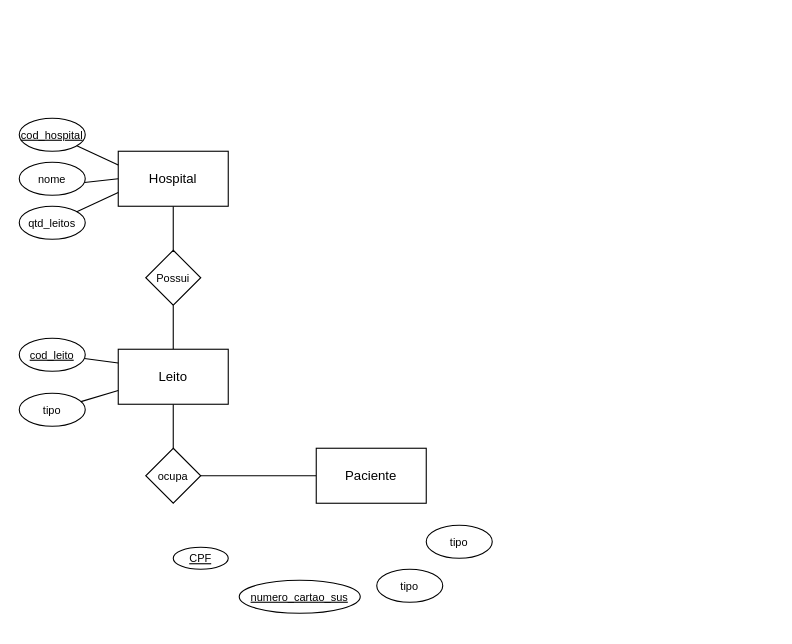
The draw.io diagram Untitled Diagram.drawio in renanreyc/projeto-banco-de-dados-relacional, before the edit. Source tidied: cells renumbered, new cells numbered last; positions are measured from the earlier drawing's top-left corner, leaving out a move shared by most shapes. Both pictures are drawn from the tidied source at 110%, with x=0, y=0 at pixel (19, 118).
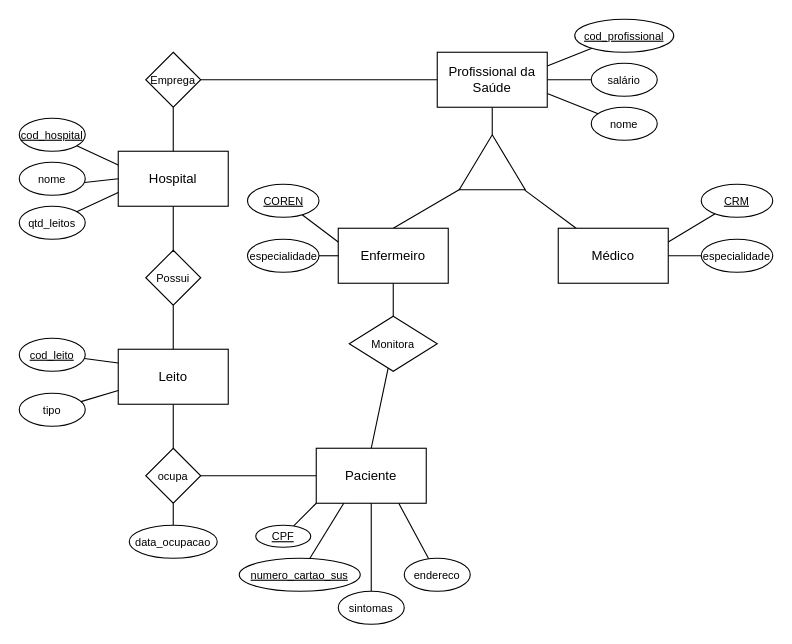
Above is the later version.

Unchanged cells that the change refers to:
```xml
<mxCell id="3" value="Hospital" style="rounded=0;whiteSpace=wrap;html=1;" parent="1" vertex="1">
  <mxGeometry x="90" y="30" width="100" height="50" as="geometry" />
</mxCell>
<mxCell id="19" value="ocupa" style="rhombus;whiteSpace=wrap;html=1;fontSize=10;" parent="1" vertex="1">
  <mxGeometry x="115" y="300" width="50" height="50" as="geometry" />
</mxCell>
<mxCell id="20" value="Paciente" style="rounded=0;whiteSpace=wrap;html=1;" parent="1" vertex="1">
  <mxGeometry x="270" y="300" width="100" height="50" as="geometry" />
</mxCell>
```

Change to the diagram source:
```diff
@@
+    <mxCell id="25" style="edgeStyle=none;rounded=0;jettySize=auto;html=1;entryX=0;entryY=1;entryDx=0;entryDy=0;fontSize=10;endArrow=none;endFill=0;" parent="1" edge="1" source="21" target="20">
+      <mxGeometry relative="1" as="geometry" />
+    </mxCell>
     <mxCell id="21" value="&lt;font style=&quot;font-size: 10px&quot;&gt;&lt;u&gt;CPF&lt;/u&gt;&lt;/font&gt;" style="ellipse;whiteSpace=wrap;html=1;" parent="1" vertex="1">
-      <mxGeometry x="140" y="390" width="50" height="20" as="geometry" />
+      <mxGeometry x="215" y="370" width="50" height="20" as="geometry" />
     </mxCell>
+    <mxCell id="26" style="edgeStyle=none;rounded=0;jettySize=auto;html=1;entryX=0.25;entryY=1;entryDx=0;entryDy=0;fontSize=10;endArrow=none;endFill=0;" parent="1" edge="1" source="22" target="20">
+      <mxGeometry relative="1" as="geometry" />
+    </mxCell>
     <mxCell id="22" value="&lt;span style=&quot;font-size: 10px&quot;&gt;&lt;u&gt;numero_cartao_sus&lt;/u&gt;&lt;/span&gt;" style="ellipse;whiteSpace=wrap;html=1;" parent="1" vertex="1">
-      <mxGeometry x="200" y="420" width="110" height="30" as="geometry" />
+      <mxGeometry x="200" y="400" width="110" height="30" as="geometry" />
     </mxCell>
+    <mxCell id="27" style="edgeStyle=none;rounded=0;jettySize=auto;html=1;entryX=0.5;entryY=1;entryDx=0;entryDy=0;fontSize=10;endArrow=none;endFill=0;" parent="1" edge="1" source="23" target="19">
+      <mxGeometry relative="1" as="geometry" />
+    </mxCell>
-    <mxCell id="23" value="&lt;font style=&quot;font-size: 10px&quot;&gt;tipo&lt;/font&gt;" style="ellipse;whiteSpace=wrap;html=1;" parent="1" vertex="1">
-      <mxGeometry x="325" y="410" width="60" height="30" as="geometry" />
+    <mxCell id="23" value="&lt;font style=&quot;font-size: 10px&quot;&gt;data_ocupacao&lt;/font&gt;" style="ellipse;whiteSpace=wrap;html=1;" parent="1" vertex="1">
+      <mxGeometry x="100" y="370" width="80" height="30" as="geometry" />
     </mxCell>
+    <mxCell id="28" style="edgeStyle=none;rounded=0;jettySize=auto;html=1;entryX=0.5;entryY=1;entryDx=0;entryDy=0;fontSize=10;endArrow=none;endFill=0;" parent="1" edge="1" source="24" target="20">
+      <mxGeometry relative="1" as="geometry" />
+    </mxCell>
-    <mxCell id="24" value="&lt;font style=&quot;font-size: 10px&quot;&gt;tipo&lt;/font&gt;" style="ellipse;whiteSpace=wrap;html=1;" parent="1" vertex="1">
-      <mxGeometry x="370" y="370" width="60" height="30" as="geometry" />
+    <mxCell id="24" value="&lt;font style=&quot;font-size: 10px&quot;&gt;sintomas&lt;/font&gt;" style="ellipse;whiteSpace=wrap;html=1;" parent="1" vertex="1">
+      <mxGeometry x="290" y="430" width="60" height="30" as="geometry" />
     </mxCell>
+    <mxCell id="29" style="endArrow=none;html=1;rounded=0;fontSize=10;exitX=0.5;exitY=0;exitDx=0;exitDy=0;entryX=0.5;entryY=1;entryDx=0;entryDy=0;" parent="1" edge="1" source="3" target="31">
+      <mxGeometry relative="1" as="geometry" />
+    </mxCell>
+    <mxCell id="30" style="edgeStyle=none;rounded=0;jettySize=auto;html=1;entryX=0;entryY=0.5;entryDx=0;entryDy=0;fontSize=10;endArrow=none;endFill=0;" parent="1" edge="1" source="31" target="35">
+      <mxGeometry relative="1" as="geometry" />
+    </mxCell>
+    <mxCell id="31" value="Emprega" style="rhombus;whiteSpace=wrap;html=1;fontSize=10;" parent="1" vertex="1">
+      <mxGeometry x="115" y="-60" width="50" height="50" as="geometry" />
+    </mxCell>
+    <mxCell id="32" style="edgeStyle=none;rounded=0;jettySize=auto;html=1;entryX=0.75;entryY=1;entryDx=0;entryDy=0;fontSize=10;endArrow=none;endFill=0;" parent="1" edge="1" source="33" target="20">
+      <mxGeometry relative="1" as="geometry" />
+    </mxCell>
+    <mxCell id="33" value="&lt;font style=&quot;font-size: 10px&quot;&gt;endereco&lt;/font&gt;" style="ellipse;whiteSpace=wrap;html=1;" parent="1" vertex="1">
+      <mxGeometry x="350" y="400" width="60" height="30" as="geometry" />
+    </mxCell>
+    <mxCell id="34" style="edgeStyle=none;rounded=0;jettySize=auto;html=1;entryX=1;entryY=0.5;entryDx=0;entryDy=0;fontSize=10;endArrow=none;endFill=0;" parent="1" edge="1" source="35" target="42">
+      <mxGeometry relative="1" as="geometry" />
+    </mxCell>
+    <mxCell id="35" value="Profissional da Saúde" style="rounded=0;whiteSpace=wrap;html=1;" parent="1" vertex="1">
+      <mxGeometry x="380" y="-60" width="100" height="50" as="geometry" />
+    </mxCell>
+    <mxCell id="36" style="edgeStyle=none;rounded=0;jettySize=auto;html=1;entryX=1;entryY=0.5;entryDx=0;entryDy=0;fontSize=10;endArrow=none;endFill=0;" parent="1" edge="1" source="37" target="35">
+      <mxGeometry relative="1" as="geometry" />
+    </mxCell>
+    <mxCell id="37" value="&lt;font style=&quot;font-size: 10px&quot;&gt;salário&lt;/font&gt;" style="ellipse;whiteSpace=wrap;html=1;" parent="1" vertex="1">
+      <mxGeometry x="520" y="-50" width="60" height="30" as="geometry" />
+    </mxCell>
+    <mxCell id="38" style="edgeStyle=none;rounded=0;jettySize=auto;html=1;entryX=1;entryY=0.25;entryDx=0;entryDy=0;fontSize=10;endArrow=none;endFill=0;" parent="1" edge="1" source="39" target="35">
+      <mxGeometry relative="1" as="geometry" />
+    </mxCell>
+    <mxCell id="39" value="&lt;u&gt;&lt;font style=&quot;font-size: 10px&quot;&gt;cod_profissional&lt;/font&gt;&lt;/u&gt;" style="ellipse;whiteSpace=wrap;html=1;" parent="1" vertex="1">
+      <mxGeometry x="505" y="-90" width="90" height="30" as="geometry" />
+    </mxCell>
+    <mxCell id="40" style="edgeStyle=none;rounded=0;jettySize=auto;html=1;entryX=1;entryY=0.75;entryDx=0;entryDy=0;fontSize=10;endArrow=none;endFill=0;" parent="1" edge="1" source="41" target="35">
+      <mxGeometry relative="1" as="geometry" />
+    </mxCell>
+    <mxCell id="41" value="&lt;font style=&quot;font-size: 10px&quot;&gt;nome&lt;/font&gt;" style="ellipse;whiteSpace=wrap;html=1;" parent="1" vertex="1">
+      <mxGeometry x="520" y="-10" width="60" height="30" as="geometry" />
+    </mxCell>
+    <mxCell id="42" style="triangle;whiteSpace=wrap;html=1;fontSize=10;rotation=-90;" parent="1" vertex="1">
+      <mxGeometry x="405" y="10" width="50" height="60" as="geometry" />
+    </mxCell>
+    <mxCell id="43" style="edgeStyle=none;rounded=0;jettySize=auto;html=1;fontSize=10;endArrow=none;endFill=0;exitX=0.5;exitY=0;exitDx=0;exitDy=0;entryX=0.013;entryY=0.017;entryDx=0;entryDy=0;entryPerimeter=0;" parent="1" edge="1" source="45" target="42">
+      <mxGeometry relative="1" as="geometry" />
+    </mxCell>
+    <mxCell id="44" style="edgeStyle=none;rounded=0;jettySize=auto;html=1;entryX=0.5;entryY=0;entryDx=0;entryDy=0;fontSize=10;endArrow=none;endFill=0;" parent="1" edge="1" source="45" target="49">
+      <mxGeometry relative="1" as="geometry" />
+    </mxCell>
+    <mxCell id="45" value="Enfermeiro" style="rounded=0;whiteSpace=wrap;html=1;" parent="1" vertex="1">
+      <mxGeometry x="290" y="100" width="100" height="50" as="geometry" />
+    </mxCell>
+    <mxCell id="46" style="edgeStyle=none;rounded=0;jettySize=auto;html=1;entryX=-0.007;entryY=0.992;entryDx=0;entryDy=0;entryPerimeter=0;fontSize=10;endArrow=none;endFill=0;" parent="1" edge="1" source="47" target="42">
+      <mxGeometry relative="1" as="geometry" />
+    </mxCell>
+    <mxCell id="47" value="Médico" style="rounded=0;whiteSpace=wrap;html=1;" parent="1" vertex="1">
+      <mxGeometry x="490" y="100" width="100" height="50" as="geometry" />
+    </mxCell>
+    <mxCell id="48" style="edgeStyle=none;rounded=0;jettySize=auto;html=1;entryX=0.5;entryY=0;entryDx=0;entryDy=0;fontSize=10;endArrow=none;endFill=0;" parent="1" edge="1" source="49" target="20">
+      <mxGeometry relative="1" as="geometry" />
+    </mxCell>
+    <mxCell id="49" value="Monitora" style="rhombus;whiteSpace=wrap;html=1;fontSize=10;" parent="1" vertex="1">
+      <mxGeometry x="300" y="180" width="80" height="50" as="geometry" />
+    </mxCell>
+    <mxCell id="50" style="edgeStyle=none;rounded=0;jettySize=auto;html=1;entryX=0;entryY=0.25;entryDx=0;entryDy=0;fontSize=10;endArrow=none;endFill=0;" parent="1" edge="1" source="51" target="45">
+      <mxGeometry relative="1" as="geometry" />
+    </mxCell>
+    <mxCell id="51" value="&lt;font style=&quot;font-size: 10px&quot;&gt;&lt;u&gt;COREN&lt;/u&gt;&lt;/font&gt;" style="ellipse;whiteSpace=wrap;html=1;" parent="1" vertex="1">
+      <mxGeometry x="207.5" y="60" width="65" height="30" as="geometry" />
+    </mxCell>
+    <mxCell id="52" style="edgeStyle=none;rounded=0;jettySize=auto;html=1;entryX=0;entryY=0.5;entryDx=0;entryDy=0;fontSize=10;endArrow=none;endFill=0;" parent="1" edge="1" source="53" target="45">
+      <mxGeometry relative="1" as="geometry" />
+    </mxCell>
+    <mxCell id="53" value="&lt;span style=&quot;font-size: 10px&quot;&gt;especialidade&lt;/span&gt;" style="ellipse;whiteSpace=wrap;html=1;" parent="1" vertex="1">
+      <mxGeometry x="207.5" y="110" width="65" height="30" as="geometry" />
+    </mxCell>
+    <mxCell id="54" style="edgeStyle=none;rounded=0;jettySize=auto;html=1;entryX=1;entryY=0.25;entryDx=0;entryDy=0;fontSize=10;endArrow=none;endFill=0;" parent="1" edge="1" source="55" target="47">
+      <mxGeometry relative="1" as="geometry" />
+    </mxCell>
+    <mxCell id="55" value="&lt;font style=&quot;font-size: 10px&quot;&gt;&lt;u&gt;CRM&lt;/u&gt;&lt;/font&gt;" style="ellipse;whiteSpace=wrap;html=1;" parent="1" vertex="1">
+      <mxGeometry x="620" y="60" width="65" height="30" as="geometry" />
+    </mxCell>
+    <mxCell id="56" style="edgeStyle=none;rounded=0;jettySize=auto;html=1;entryX=1;entryY=0.5;entryDx=0;entryDy=0;fontSize=10;endArrow=none;endFill=0;" parent="1" edge="1" source="57" target="47">
+      <mxGeometry relative="1" as="geometry" />
+    </mxCell>
+    <mxCell id="57" value="&lt;span style=&quot;font-size: 10px&quot;&gt;especialidade&lt;/span&gt;" style="ellipse;whiteSpace=wrap;html=1;" parent="1" vertex="1">
+      <mxGeometry x="620" y="110" width="65" height="30" as="geometry" />
+    </mxCell>
```
